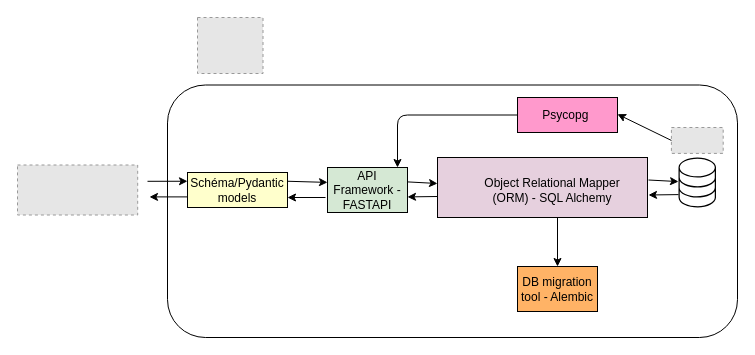
Earlier version of the draw.io diagram kindle-note-caster/kindle-note-caster-api/documentation-resources/SW_Architecture_Diagram.drawio (louisDBZ/2014_P1). Source tidied: cells renumbered, new cells numbered last; positions are measured from the earlier drawing's top-left corner, leaving out a move shared by most shapes. Both pictures are drawn from the tidied source at 100%, with x=0, y=0 at pixel (17, 17). Pictures stored in the file or linked from it are replaced by grey dashed boxes.
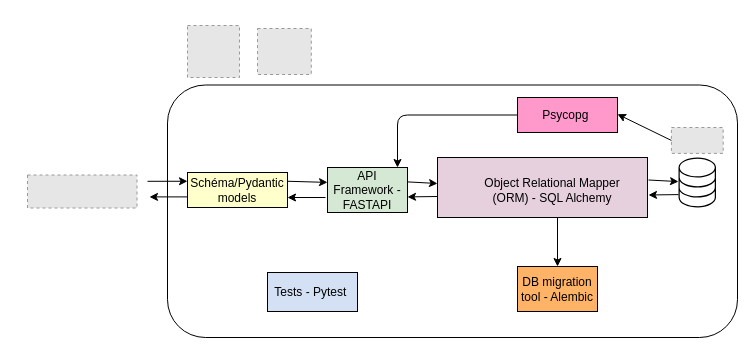
After the change.

What changed in the source:
```diff
@@
-    <mxCell id="22" style="fillColor=#E6E6E6;strokeColor=#999999;dashed=1;verticalLabelPosition=bottom;labelBackgroundColor=#ffffff;verticalAlign=top;" parent="1" vertex="1">
-      <mxGeometry y="147.5" width="120.2" height="50" as="geometry" />
-    </mxCell>
     <mxCell id="23" style="fillColor=#E6E6E6;strokeColor=#999999;dashed=1;verticalLabelPosition=bottom;labelBackgroundColor=#ffffff;verticalAlign=top;" parent="1" vertex="1">
-      <mxGeometry x="180" width="65.5" height="56" as="geometry" />
+      <mxGeometry x="240" y="11" width="53.8" height="46" as="geometry" />
     </mxCell>
+    <mxCell id="24" style="fillColor=#E6E6E6;strokeColor=#999999;dashed=1;verticalLabelPosition=bottom;labelBackgroundColor=#ffffff;verticalAlign=top;" parent="1" vertex="1">
+      <mxGeometry x="170" y="8" width="52" height="52" as="geometry" />
+    </mxCell>
+    <mxCell id="25" value="Tests - Pytest&amp;nbsp;" style="rounded=0;whiteSpace=wrap;html=1;fillColor=#D4E1F5;" parent="1" vertex="1">
+      <mxGeometry x="250" y="255" width="90" height="39" as="geometry" />
+    </mxCell>
+    <mxCell id="26" style="fillColor=#E6E6E6;strokeColor=#999999;dashed=1;verticalLabelPosition=bottom;labelBackgroundColor=#ffffff;verticalAlign=top;" parent="1" vertex="1">
+      <mxGeometry x="10" y="157.5" width="109.5" height="33" as="geometry" />
+    </mxCell>
```
